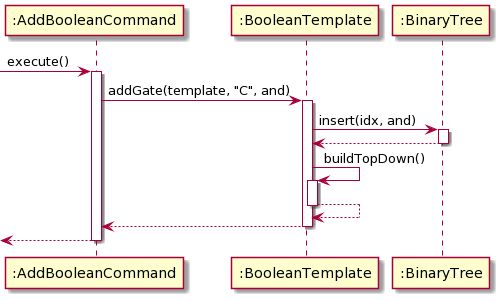
Before: docs/diagrams/AddBooleanCommand.png, a diagram exported from PlantUML (sevenseasofbri/tp).
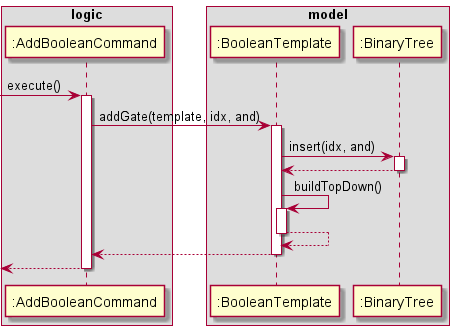
Above is the later version.

What changed in the source:
```diff
@@ -1,25 +1,35 @@
 @startuml
-[-> ":AddBooleanCommand" : execute()
-activate ":AddBooleanCommand"
 
-":AddBooleanCommand" -> ":BooleanTemplate": addGate(template, "C", and)
-activate ":BooleanTemplate"
+box logic
+participant ":AddBooleanCommand" as Add
+end box
 
-":BooleanTemplate" -> ":BinaryTree" : insert(idx, and)
-activate ":BinaryTree"
+box model
+participant ":BooleanTemplate" as Bool
+participant ":BinaryTree" as BT
+end box
 
-":BinaryTree" --> ":BooleanTemplate"
-deactivate ":BinaryTree"
+[-> Add : execute()
+activate Add
 
-":BooleanTemplate" -> ":BooleanTemplate" : buildTopDown()
-activate ":BooleanTemplate"
+Add -> Bool: addGate(template, idx, and)
+activate Bool
 
-":BooleanTemplate" --> ":BooleanTemplate"
-deactivate ":BooleanTemplate"
+Bool -> BT : insert(idx, and)
+activate BT
 
-":BooleanTemplate" --> ":AddBooleanCommand"
-deactivate ":BooleanTemplate"
+BT --> Bool
+deactivate BT
 
-[<-- ":AddBooleanCommand"
-deactivate ":AddBooleanCommand"
+Bool -> Bool : buildTopDown()
+activate Bool
+
+Bool --> Bool
+deactivate Bool
+
+Bool --> Add
+deactivate Bool
+
+[<-- Add
+deactivate Add
 @enduml
```
